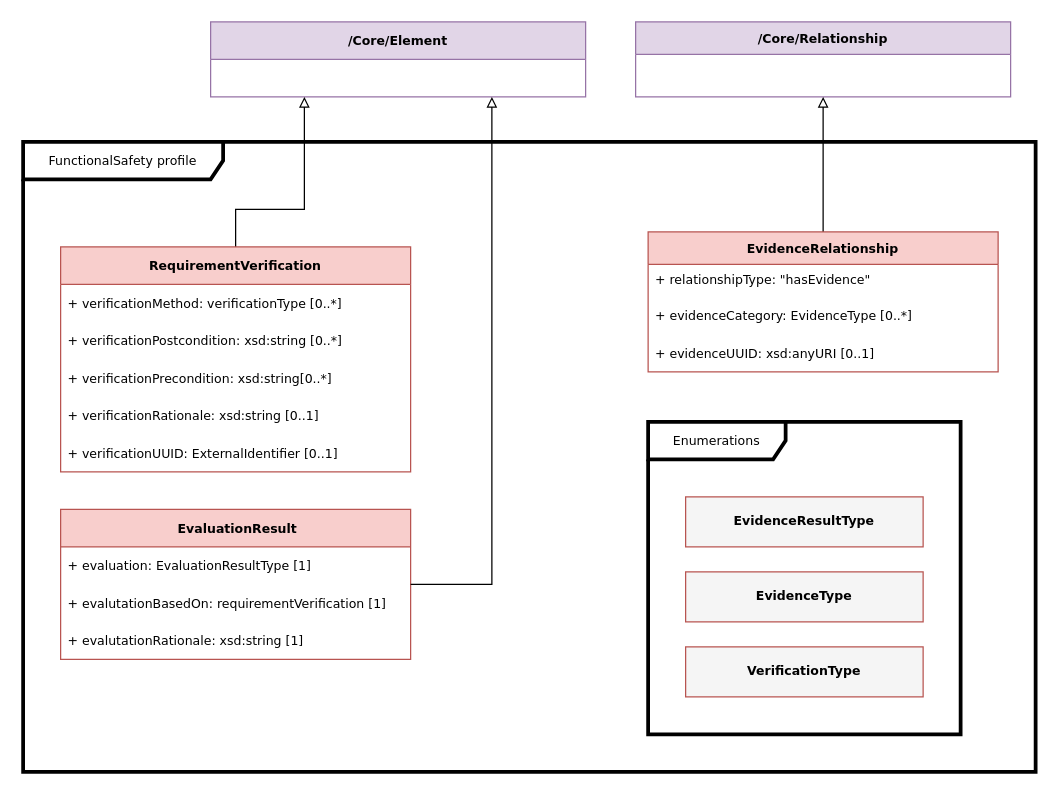
Earlier version of the draw.io diagram page "FunctionalSafety" (13 of 13) of docs/model.drawio (spdx/spdx-3-model). Source tidied: cells renumbered, new cells numbered last; positions are measured from the earlier drawing's top-left corner, leaving out a move shared by most shapes. Both pictures are drawn from the tidied source at 125%, with x=0, y=0 at pixel (22, 21).
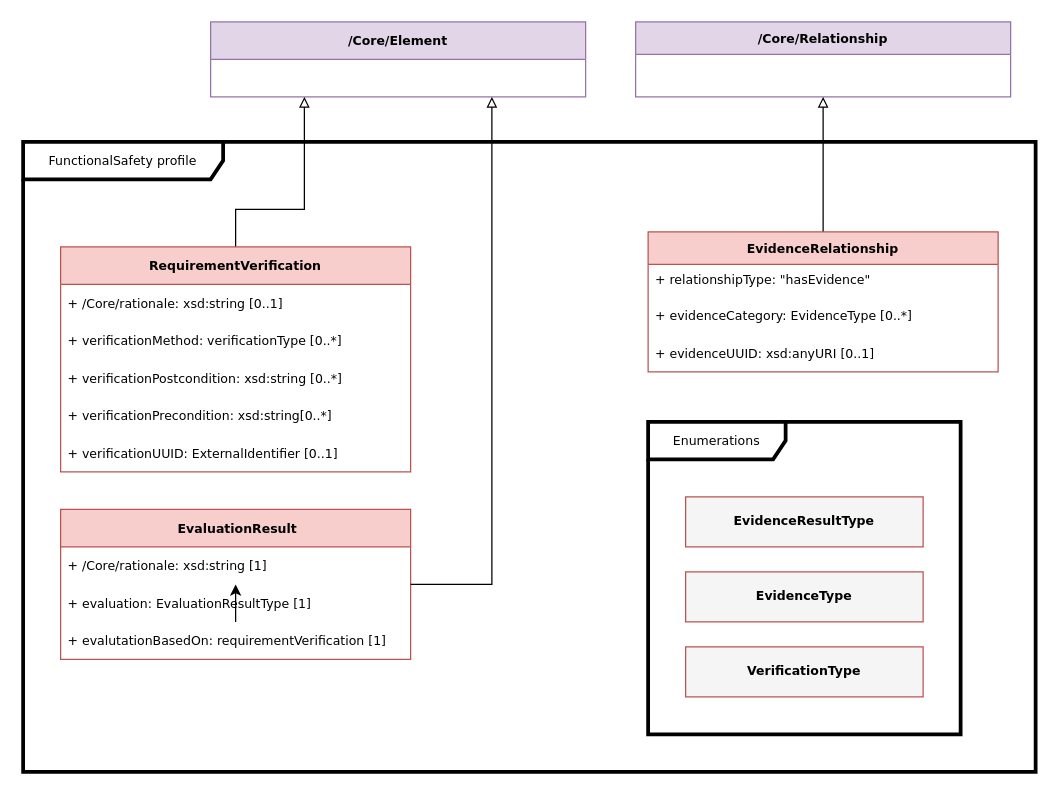
The same diagram, later.

Commit message (it also covers changes not shown here):
Generalize rationale

Unchanged cells that the change refers to:
```xml
<mxCell id="8" value="&lt;b&gt;&amp;nbsp;EvaluationResult&lt;/b&gt;" style="swimlane;fontStyle=0;horizontal=1;startSize=30;whiteSpace=wrap;html=1;fillColor=#f8cecc;strokeColor=#b85450;fontFamily=Verdana;fontSize=10;" parent="6" vertex="1">
  <mxGeometry x="30" y="294" width="280" height="120" as="geometry" />
</mxCell>
<mxCell id="17" value="&lt;font style=&quot;font-size: 10px;&quot; face=&quot;Verdana&quot;&gt;&lt;b&gt;RequirementVerification&lt;/b&gt;&lt;/font&gt;" style="swimlane;fontStyle=0;horizontal=1;startSize=30;whiteSpace=wrap;html=1;fillColor=#f8cecc;strokeColor=#b85450;" parent="6" vertex="1">
  <mxGeometry x="30" y="84" width="280" height="180" as="geometry" />
</mxCell>
```

What changed in the source:
```diff
@@
+    <mxCell id="12" value="+ /Core/rationale: xsd:string [1]&amp;nbsp;" style="text;strokeColor=none;fillColor=none;align=left;verticalAlign=middle;spacingLeft=4;spacingRight=4;overflow=hidden;points=[[0,0.5],[1,0.5]];portConstraint=eastwest;whiteSpace=wrap;html=1;fontSize=10;fontFamily=Verdana;" parent="8" vertex="1">
+      <mxGeometry y="30" width="280" height="30" as="geometry" />
+    </mxCell>
     <mxCell id="9" value="+ evaluation: EvaluationResultType [1]" style="text;strokeColor=none;fillColor=none;align=left;verticalAlign=middle;spacingLeft=4;spacingRight=4;overflow=hidden;whiteSpace=wrap;html=1;fontSize=10;fontFamily=Verdana;" parent="8" vertex="1">
-      <mxGeometry y="30" width="280" height="30" as="geometry" />
+      <mxGeometry y="60" width="280" height="30" as="geometry" />
     </mxCell>
@@
     <mxCell id="11" value="&lt;span style=&quot;color: rgb(0, 0, 0); font-style: normal; font-variant-ligatures: normal; font-variant-caps: normal; font-weight: 400; letter-spacing: normal; text-align: left; text-indent: 0px; text-transform: none; word-spacing: 0px; -webkit-text-stroke-width: 0px; white-space: normal; text-decoration-thickness: initial; text-decoration-style: initial; text-decoration-color: initial; float: none; display: inline !important;&quot;&gt;+ evalutationBasedOn: requirementVerification [1]&amp;nbsp;&lt;/span&gt;" style="text;strokeColor=none;fillColor=none;align=left;verticalAlign=middle;spacingLeft=4;spacingRight=4;overflow=hidden;points=[[0,0.5],[1,0.5]];portConstraint=eastwest;whiteSpace=wrap;html=1;fontSize=10;fontFamily=Verdana;" parent="8" vertex="1">
-      <mxGeometry y="60" width="280" height="30" as="geometry" />
+      <mxGeometry y="90" width="280" height="30" as="geometry" />
     </mxCell>
-    <mxCell id="12" value="+ evalutationRationale: xsd:string [1]&amp;nbsp;" style="text;strokeColor=none;fillColor=none;align=left;verticalAlign=middle;spacingLeft=4;spacingRight=4;overflow=hidden;points=[[0,0.5],[1,0.5]];portConstraint=eastwest;whiteSpace=wrap;html=1;fontSize=10;fontFamily=Verdana;" parent="8" vertex="1">
-      <mxGeometry y="90" width="280" height="30" as="geometry" />
-    </mxCell>
@@
+    <mxCell id="21" value="&lt;font style=&quot;color: rgb(0, 0, 0);&quot;&gt;+ /Core/rationale: xsd:string [0..1]&amp;nbsp;&lt;/font&gt;" style="text;strokeColor=none;fillColor=none;align=left;verticalAlign=middle;spacingLeft=4;spacingRight=4;overflow=hidden;whiteSpace=wrap;html=1;fontFamily=Verdana;fontSize=10;" parent="17" vertex="1">
+      <mxGeometry y="30" width="280" height="30" as="geometry" />
+    </mxCell>
     <mxCell id="18" value="&lt;div&gt;+ verificationMethod: verificationType [0..*]&lt;/div&gt;" style="text;strokeColor=none;fillColor=none;align=left;verticalAlign=middle;spacingLeft=4;spacingRight=4;overflow=hidden;whiteSpace=wrap;html=1;fontFamily=Verdana;fontSize=10;" parent="17" vertex="1">
-      <mxGeometry y="30" width="280" height="30" as="geometry" />
+      <mxGeometry y="60" width="280" height="30" as="geometry" />
     </mxCell>
     <mxCell id="19" value="+ verificationPostcondition: xsd:string [0..*]" style="text;strokeColor=none;fillColor=none;align=left;verticalAlign=middle;spacingLeft=4;spacingRight=4;overflow=hidden;whiteSpace=wrap;html=1;fontFamily=Verdana;fontSize=10;" parent="17" vertex="1">
-      <mxGeometry y="60" width="280" height="30" as="geometry" />
+      <mxGeometry y="90" width="280" height="30" as="geometry" />
     </mxCell>
     <mxCell id="20" value="+ verificationPrecondition: xsd:string[0..*]" style="text;strokeColor=none;fillColor=none;align=left;verticalAlign=middle;spacingLeft=4;spacingRight=4;overflow=hidden;whiteSpace=wrap;html=1;fontFamily=Verdana;fontSize=10;" parent="17" vertex="1">
-      <mxGeometry y="90" width="280" height="30" as="geometry" />
+      <mxGeometry y="120" width="280" height="30" as="geometry" />
     </mxCell>
-    <mxCell id="21" value="&lt;font style=&quot;color: rgb(0, 0, 0);&quot;&gt;+ verificationRationale: xsd:string [0..1]&amp;nbsp;&lt;/font&gt;" style="text;strokeColor=none;fillColor=none;align=left;verticalAlign=middle;spacingLeft=4;spacingRight=4;overflow=hidden;whiteSpace=wrap;html=1;fontFamily=Verdana;fontSize=10;" parent="17" vertex="1">
-      <mxGeometry y="120" width="280" height="30" as="geometry" />
-    </mxCell>
```
